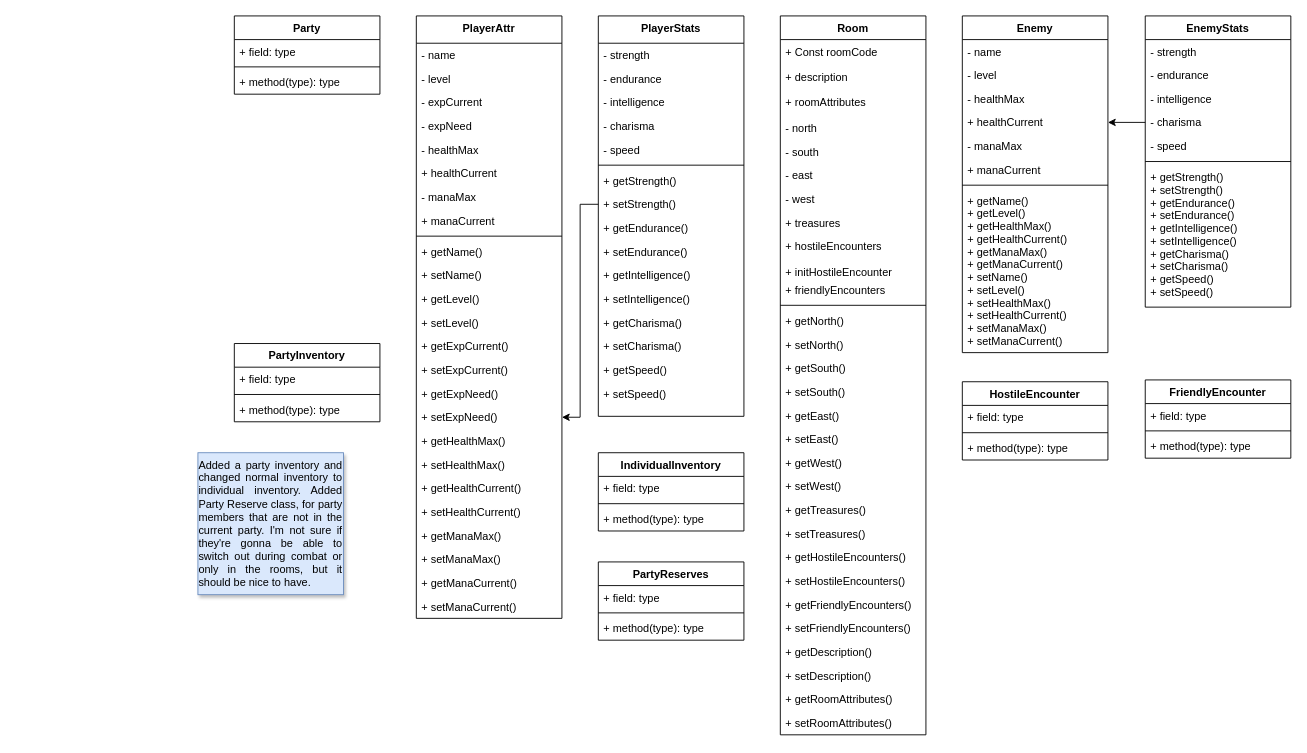
Before: UML.drawio in chris-ac-malone/the-crucible-skull, a draw.io diagram. Source tidied: cells renumbered, new cells numbered last; positions are measured from the earlier drawing's top-left corner, leaving out a move shared by most shapes. Both pictures are drawn from the tidied source at 91%, with x=0, y=0 at pixel (197, 15).
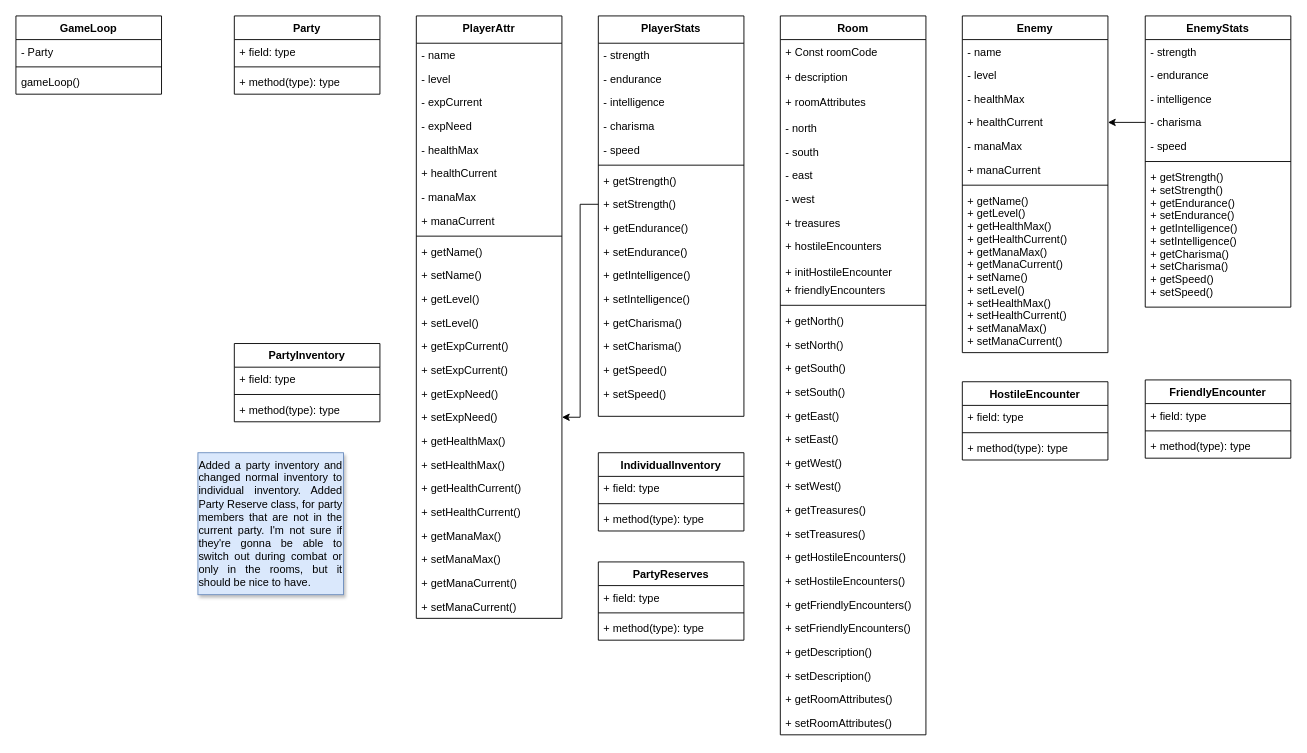
After the change.

Diff of the diagram source:
```diff
@@
+    <mxCell id="117" value="GameLoop" style="swimlane;fontStyle=1;align=center;verticalAlign=top;horizontal=1;startSize=26;" parent="1" vertex="1">
+      <mxGeometry x="-200" width="160" height="86" as="geometry" />
+    </mxCell>
+    <mxCell id="118" value="- Party" style="text;strokeColor=none;fillColor=none;align=left;verticalAlign=top;spacingLeft=4;spacingRight=4;overflow=hidden;" parent="117" vertex="1">
+      <mxGeometry y="26" width="160" height="26" as="geometry" />
+    </mxCell>
+    <mxCell id="119" style="line;strokeWidth=1;fillColor=none;align=left;verticalAlign=middle;spacingTop=-1;spacingLeft=3;spacingRight=3;labelPosition=right;" parent="117" vertex="1">
+      <mxGeometry y="52" width="160" height="8" as="geometry" />
+    </mxCell>
+    <mxCell id="120" value="gameLoop()" style="text;strokeColor=none;fillColor=none;align=left;verticalAlign=top;spacingLeft=4;spacingRight=4;overflow=hidden;" parent="117" vertex="1">
+      <mxGeometry y="60" width="160" height="26" as="geometry" />
+    </mxCell>
```
